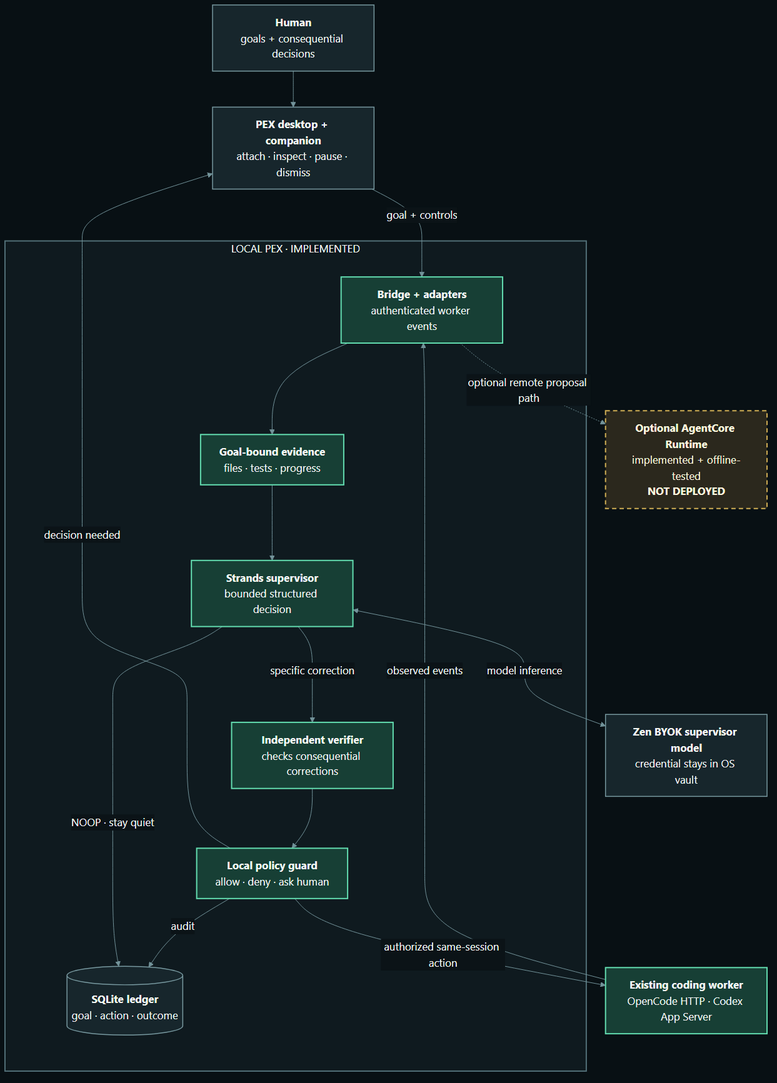
Above: docs/architecture/pex-architecture.png in josepha-mayo/pex (Mermaid), before the change. Its source is kept beside it as docs/architecture/pex-architecture.mmd.
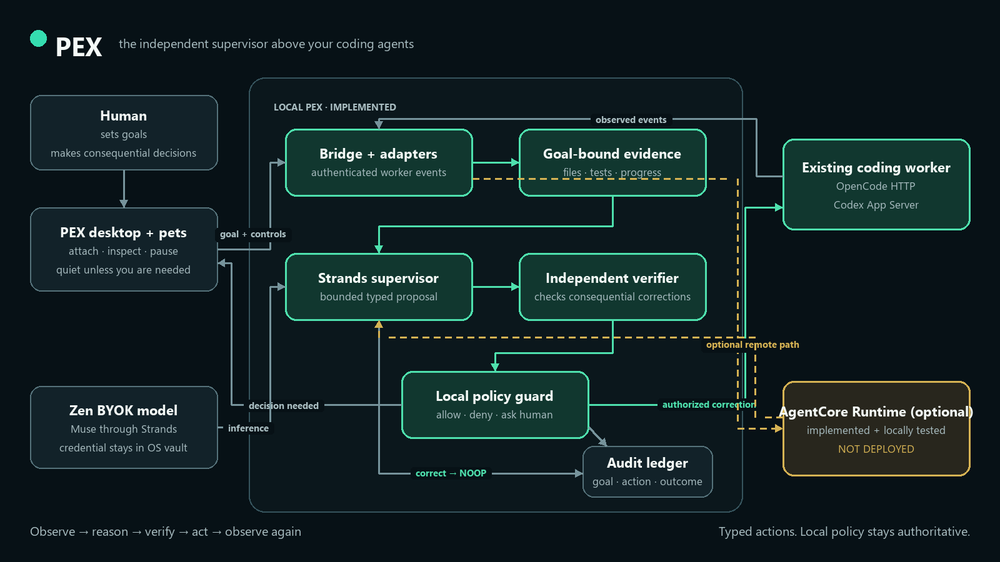
Later version of the same file.

Commit message:
feat: simplify judge-facing architecture visual

Change to the diagram source:
```diff
@@ -1,45 +1,37 @@
-%%{init: {"theme":"base","themeVariables":{"fontFamily":"Inter, Segoe UI, Arial","fontSize":"17px","primaryTextColor":"#f4f7f5","lineColor":"#73939a","edgeLabelBackground":"#0b1317","clusterBkg":"#111d22","clusterBorder":"#385158"},"flowchart":{"curve":"basis","nodeSpacing":42,"rankSpacing":58,"htmlLabels":true}}}%%
-flowchart TB
-  human["<b>Human</b><br/>goals + consequential decisions"]
-  ui["<b>PEX desktop + companion</b><br/>attach · inspect · pause · dismiss"]
+%%{init: {"theme":"base","themeVariables":{"fontFamily":"Inter, Segoe UI, Arial","fontSize":"18px","primaryTextColor":"#f5fbf8","lineColor":"#78949b","edgeLabelBackground":"#071116","clusterBkg":"#0d1b21","clusterBorder":"#34515a"},"flowchart":{"curve":"linear","nodeSpacing":45,"rankSpacing":70,"htmlLabels":true}}}%%
+flowchart LR
+  human["<b>Human</b><br/>sets goals · makes consequential decisions"]
+  ui["<b>PEX desktop + 2 companions</b><br/>attach · inspect · pause · dismiss"]
+  zen["<b>Zen BYOK model</b><br/>credential remains in OS vault"]
 
   subgraph local["LOCAL PEX · IMPLEMENTED"]
     direction TB
-    subgraph observe[" "]
-      direction LR
-      bridge["<b>Bridge + adapters</b><br/>authenticated worker events"]
-      evidence["<b>Goal-bound evidence</b><br/>files · tests · progress"]
-      strands["<b>Strands supervisor</b><br/>bounded structured decision"]
-      bridge --> evidence --> strands
-    end
-    subgraph act[" "]
-      direction RL
-      verifier["<b>Independent verifier</b><br/>checks consequential corrections"]
-      policy["<b>Local policy guard</b><br/>allow · deny · ask human"]
-      audit[("<b>SQLite ledger</b><br/>goal · action · outcome")]
-      verifier --> policy -->|audit| audit
-    end
-    strands -->|specific correction| verifier
-    strands -->|NOOP · stay quiet| audit
+    bridge["<b>Bridge + adapters</b><br/>authenticated worker events"]
+    evidence["<b>Goal-bound evidence</b><br/>files · tests · progress"]
+    strands["<b>Strands supervisor</b><br/>bounded typed proposal"]
+    verifier["<b>Independent verifier</b><br/>checks consequential corrections"]
+    policy["<b>Local policy guard</b><br/>allow · deny · ask human"]
+    ledger[("<b>Audit ledger</b><br/>goal · action · outcome")]
+    bridge --> evidence --> strands --> verifier --> policy
+    strands -->|correct work: NOOP| ledger
+    policy -->|audit| ledger
   end
 
   worker["<b>Existing coding worker</b><br/>OpenCode HTTP · Codex App Server"]
-  zen["<b>Zen BYOK supervisor model</b><br/>credential stays in OS vault"]
-  cloud["<b>Optional AgentCore Runtime</b><br/>implemented + offline-tested<br/><b>NOT DEPLOYED</b>"]
+  agentcore["<b>Optional AgentCore Runtime</b><br/>implemented + locally tested<br/><b>NOT DEPLOYED</b>"]
 
   human --> ui -->|goal + controls| bridge
   worker -->|observed events| bridge
-  policy -->|authorized same-session action| worker
-  policy -->|decision needed| ui
+  policy -->|one authorized same-session correction| worker
+  policy -->|real decision only| ui
   strands <-->|model inference| zen
-  bridge -.->|optional remote proposal path| cloud
+  bridge -.->|optional remote proposal path| agentcore
+  agentcore -.-> strands
 
-  classDef core fill:#173f35,stroke:#63ddb0,color:#f4f7f5,stroke-width:2px;
-  classDef surface fill:#17262c,stroke:#7899a0,color:#f4f7f5,stroke-width:1.5px;
-  classDef optional fill:#2b281d,stroke:#d0ae54,color:#fff8df,stroke-width:2px,stroke-dasharray:7 5;
+  classDef core fill:#123a32,stroke:#4ee0ad,color:#f5fbf8,stroke-width:2px;
+  classDef surface fill:#13242b,stroke:#6d8d96,color:#f5fbf8,stroke-width:1.5px;
+  classDef optional fill:#29271e,stroke:#d8b456,color:#fff7dc,stroke-width:2px,stroke-dasharray:7 5;
   class bridge,evidence,strands,verifier,policy,worker core;
-  class human,ui,audit,zen surface;
-  class cloud optional;
-  style local fill:#0f1a1f,stroke:#527078,color:#f4f7f5,stroke-width:2px
-  style observe fill:transparent,stroke:transparent
-  style act fill:transparent,stroke:transparent
+  class human,ui,zen,ledger surface;
+  class agentcore optional;
+  style local fill:#0b181d,stroke:#35535c,color:#f5fbf8,stroke-width:2px
```
